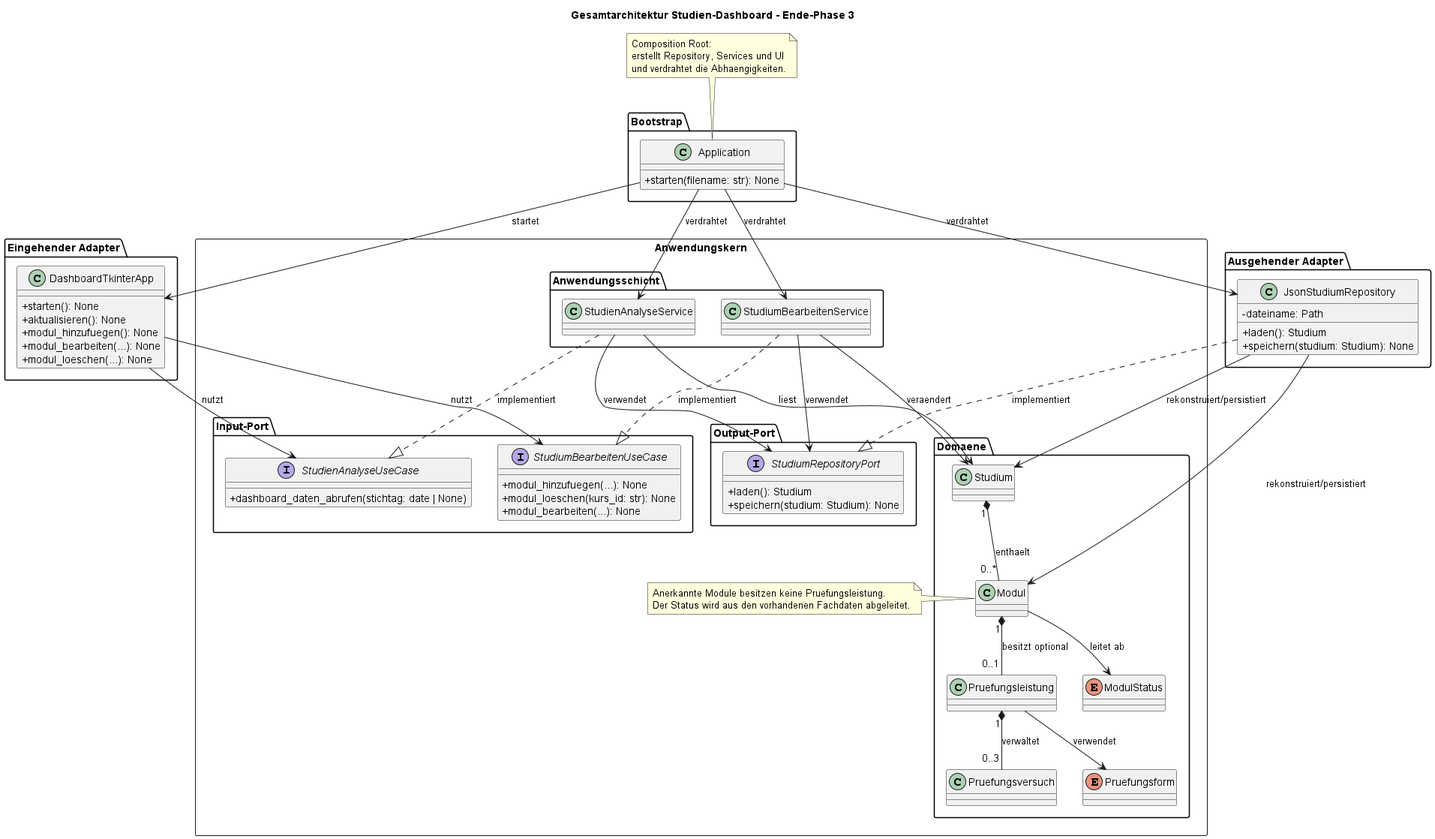
Before: Phase3/docs/gesamtarchitektur_uml.png, a diagram exported from PlantUML (Delis267/study-dashboard). Source of this version:
```plantuml
@startuml gesamtarchitektur_uml
skinparam classAttributeIconSize 0
top to bottom direction

title Gesamtarchitektur Studien-Dashboard - Ende-Phase 3

package "Bootstrap" {
  class Application {
    + starten(filename: str): None
  }
}

package "Eingehender Adapter" {
  class DashboardTkinterApp {
    + starten(): None
    + aktualisieren(): None
    + modul_hinzufuegen(): None
    + modul_bearbeiten(...): None
    + modul_loeschen(...): None
  }
}

package "Ausgehender Adapter" {
  class JsonStudiumRepository {
    - dateiname: Path
    + laden(): Studium
    + speichern(studium: Studium): None
  }
}

rectangle "Anwendungskern" {
  package "Input-Port" {
    interface StudienAnalyseUseCase {
      + dashboard_daten_abrufen(stichtag: date | None)
    }

    interface StudiumBearbeitenUseCase {
      + modul_hinzufuegen(...): None
      + modul_loeschen(kurs_id: str): None
      + modul_bearbeiten(...): None
    }
  }

  package "Anwendungsschicht" {
    class StudienAnalyseService
    class StudiumBearbeitenService
  }

  package "Output-Port" {
    interface StudiumRepositoryPort {
      + laden(): Studium
      + speichern(studium: Studium): None
    }
  }

  package "Domaene" {
    class Studium
    class Modul
    class Pruefungsleistung
    class Pruefungsversuch

    enum ModulStatus
    enum Pruefungsform
  }
  note right of Modul
    Anerkannte Module besitzen keine Pruefungsleistung.
    Der Status wird aus den vorhandenen Fachdaten abgeleitet.
  end note

}

Application --> DashboardTkinterApp : startet
Application --> StudienAnalyseService : verdrahtet
Application --> StudiumBearbeitenService : verdrahtet
Application --> JsonStudiumRepository : verdrahtet

DashboardTkinterApp --> StudienAnalyseUseCase : nutzt
DashboardTkinterApp --> StudiumBearbeitenUseCase : nutzt

StudienAnalyseService ..|> StudienAnalyseUseCase : implementiert
StudiumBearbeitenService ..|> StudiumBearbeitenUseCase : implementiert

StudienAnalyseService --> StudiumRepositoryPort : verwendet
StudiumBearbeitenService --> StudiumRepositoryPort : verwendet
JsonStudiumRepository ..|> StudiumRepositoryPort : implementiert
JsonStudiumRepository --> Studium : rekonstruiert/persistiert
JsonStudiumRepository --> Modul : rekonstruiert/persistiert

StudienAnalyseService --> Studium : liest
StudiumBearbeitenService --> Studium : veraendert

Studium "1" *-- "0..*" Modul : enthaelt
Modul "1" *-- "0..1" Pruefungsleistung : besitzt optional
Pruefungsleistung "1" *-- "0..3" Pruefungsversuch : verwaltet

Modul --> ModulStatus : leitet ab
Pruefungsleistung --> Pruefungsform : verwendet

note top of Application
  Composition Root:
  erstellt Repository, Services und UI
  und verdrahtet die Abhaengigkeiten.
end note

@enduml
```
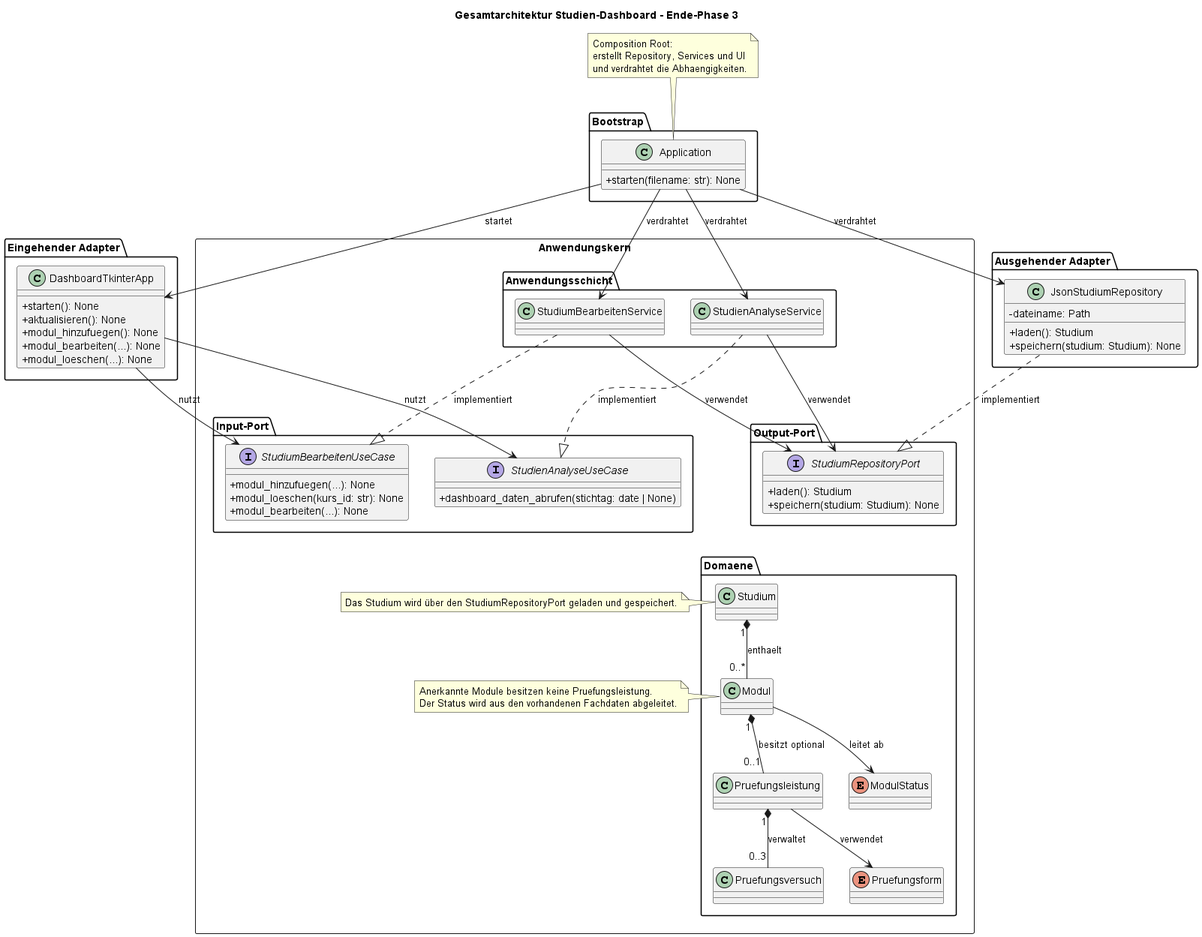
After the commit.

Commit message:
feat: updated uml_gesamtarchitektur

Diff of the diagram source:
```diff
@@ -62,7 +62,12 @@
     enum ModulStatus
     enum Pruefungsform
   }
-  note right of Modul
+
+  note left of Studium
+    Das Studium wird über den StudiumRepositoryPort geladen und gespeichert.
+  end note
+
+  note left of Modul
     Anerkannte Module besitzen keine Pruefungsleistung.
     Der Status wird aus den vorhandenen Fachdaten abgeleitet.
   end note
@@ -83,11 +88,10 @@
 StudienAnalyseService --> StudiumRepositoryPort : verwendet
 StudiumBearbeitenService --> StudiumRepositoryPort : verwendet
 JsonStudiumRepository ..|> StudiumRepositoryPort : implementiert
-JsonStudiumRepository --> Studium : rekonstruiert/persistiert
-JsonStudiumRepository --> Modul : rekonstruiert/persistiert
 
-StudienAnalyseService --> Studium : liest
-StudiumBearbeitenService --> Studium : veraendert
+StudienAnalyseService -[hidden]down-> Studium
+StudiumBearbeitenService -[hidden]down-> Modul
+StudiumRepositoryPort -[hidden]down-> Studium
 
 Studium "1" *-- "0..*" Modul : enthaelt
 Modul "1" *-- "0..1" Pruefungsleistung : besitzt optional
```
